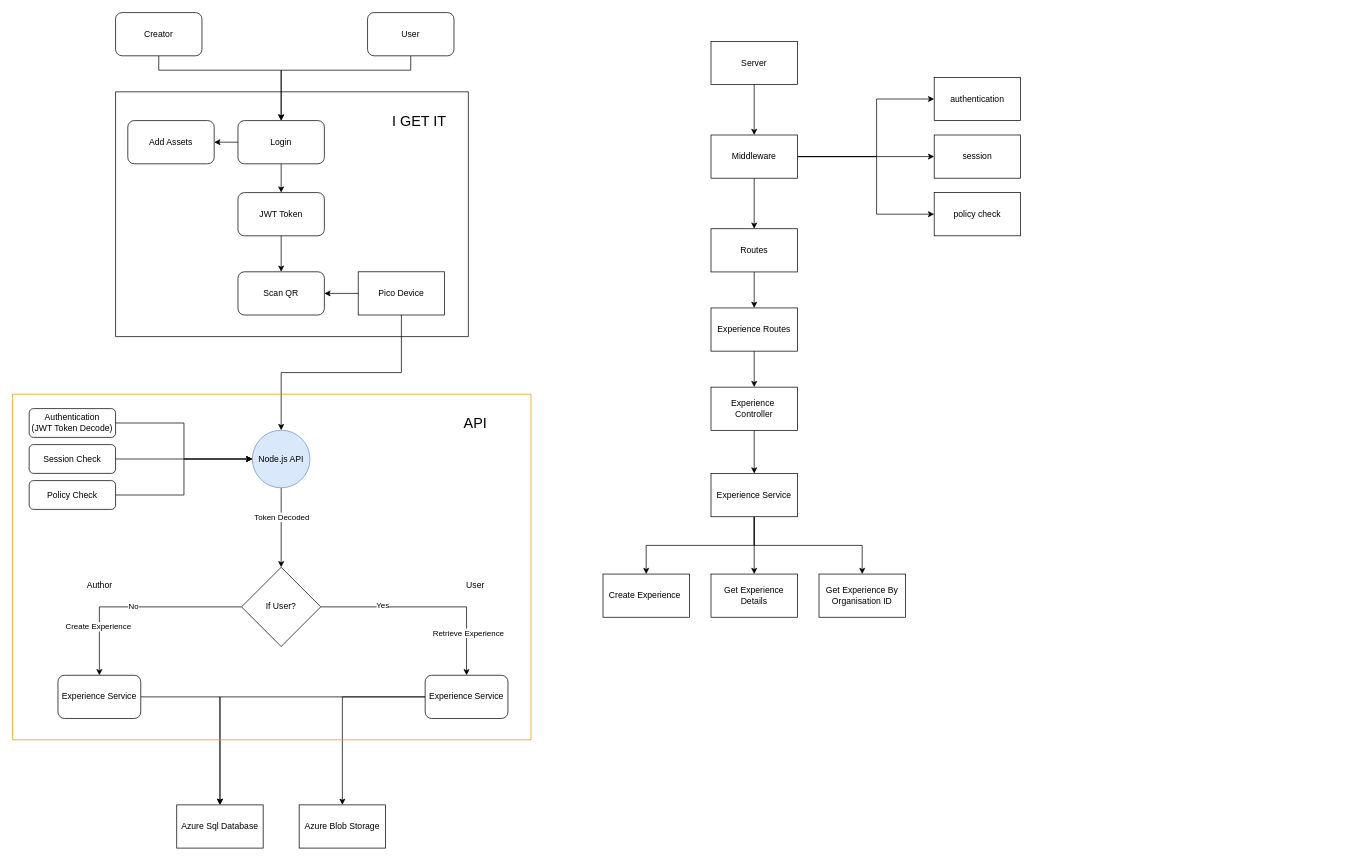
Earlier version of the draw.io diagram ARappflow.drawio (SohamPatkar/C-Projects). Source tidied: cells renumbered, new cells numbered last; positions are measured from the earlier drawing's top-left corner, leaving out a move shared by most shapes. Both pictures are drawn from the tidied source at 72%, with x=0, y=0 at pixel (12, 12).
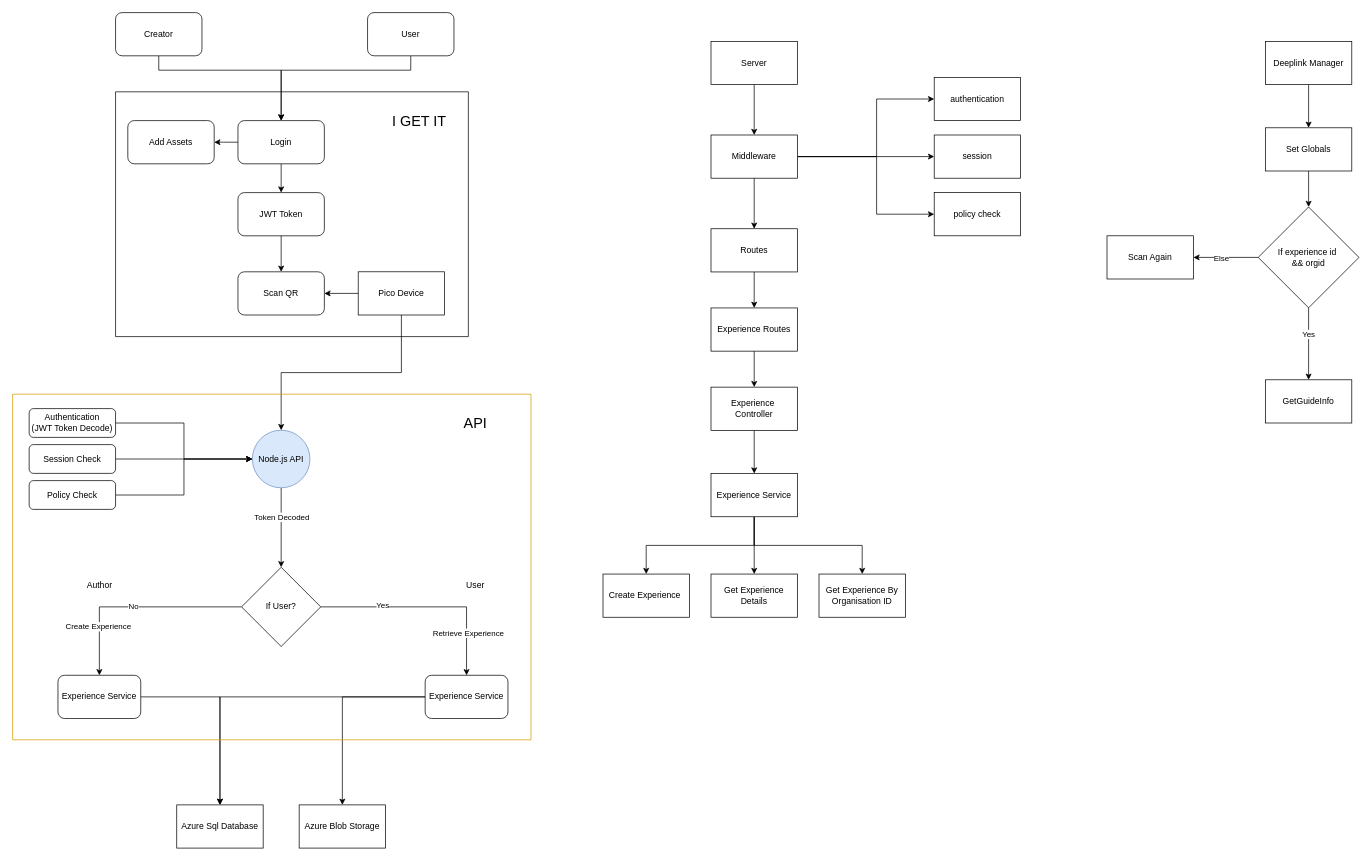
After the change.

What changed in the source:
```diff
@@
+    <mxCell id="68" style="edgeStyle=orthogonalEdgeStyle;rounded=0;jettySize=auto;html=1;entryX=0.5;entryY=0;entryDx=0;entryDy=0;" parent="1" edge="1" source="69" target="72">
+      <mxGeometry relative="1" as="geometry" />
+    </mxCell>
+    <mxCell id="69" value="Deeplink Manager" style="rounded=0;whiteSpace=wrap;html=1;" parent="1" vertex="1">
+      <mxGeometry x="1740" y="40" width="120" height="60" as="geometry" />
+    </mxCell>
+    <mxCell id="70" value="GetGuideInfo" style="rounded=0;whiteSpace=wrap;html=1;" parent="1" vertex="1">
+      <mxGeometry x="1740" y="510" width="120" height="60" as="geometry" />
+    </mxCell>
+    <mxCell id="71" style="edgeStyle=orthogonalEdgeStyle;rounded=0;jettySize=auto;html=1;entryX=0.5;entryY=0;entryDx=0;entryDy=0;" parent="1" edge="1" source="72" target="77">
+      <mxGeometry relative="1" as="geometry" />
+    </mxCell>
+    <mxCell id="72" value="Set Globals" style="rounded=0;whiteSpace=wrap;html=1;" parent="1" vertex="1">
+      <mxGeometry x="1740" y="160" width="120" height="60" as="geometry" />
+    </mxCell>
+    <mxCell id="73" style="edgeStyle=orthogonalEdgeStyle;rounded=0;jettySize=auto;html=1;entryX=0.5;entryY=0;entryDx=0;entryDy=0;" parent="1" edge="1" source="77" target="70">
+      <mxGeometry relative="1" as="geometry" />
+    </mxCell>
+    <mxCell id="74" value="Yes" style="edgeLabel;html=1;align=center;verticalAlign=middle;" parent="73" vertex="1">
+      <mxGeometry x="-0.28" y="-1" relative="1" as="geometry" />
+    </mxCell>
+    <mxCell id="75" style="edgeStyle=orthogonalEdgeStyle;rounded=0;jettySize=auto;html=1;exitX=0;exitY=0.5;exitDx=0;exitDy=0;entryX=1;entryY=0.5;entryDx=0;entryDy=0;" parent="1" edge="1" source="77" target="78">
+      <mxGeometry relative="1" as="geometry" />
+    </mxCell>
+    <mxCell id="76" value="Else" style="edgeLabel;html=1;align=center;verticalAlign=middle;" parent="75" vertex="1">
+      <mxGeometry x="0.16" relative="1" as="geometry" />
+    </mxCell>
+    <mxCell id="77" value="If experience id&amp;nbsp;&lt;div&gt;&amp;amp;&amp;amp; orgid&lt;/div&gt;" style="rhombus;whiteSpace=wrap;html=1;" parent="1" vertex="1">
+      <mxGeometry x="1730" y="270" width="140" height="140" as="geometry" />
+    </mxCell>
+    <mxCell id="78" value="Scan Again" style="rounded=0;whiteSpace=wrap;html=1;" parent="1" vertex="1">
+      <mxGeometry x="1520" y="310" width="120" height="60" as="geometry" />
+    </mxCell>
```
